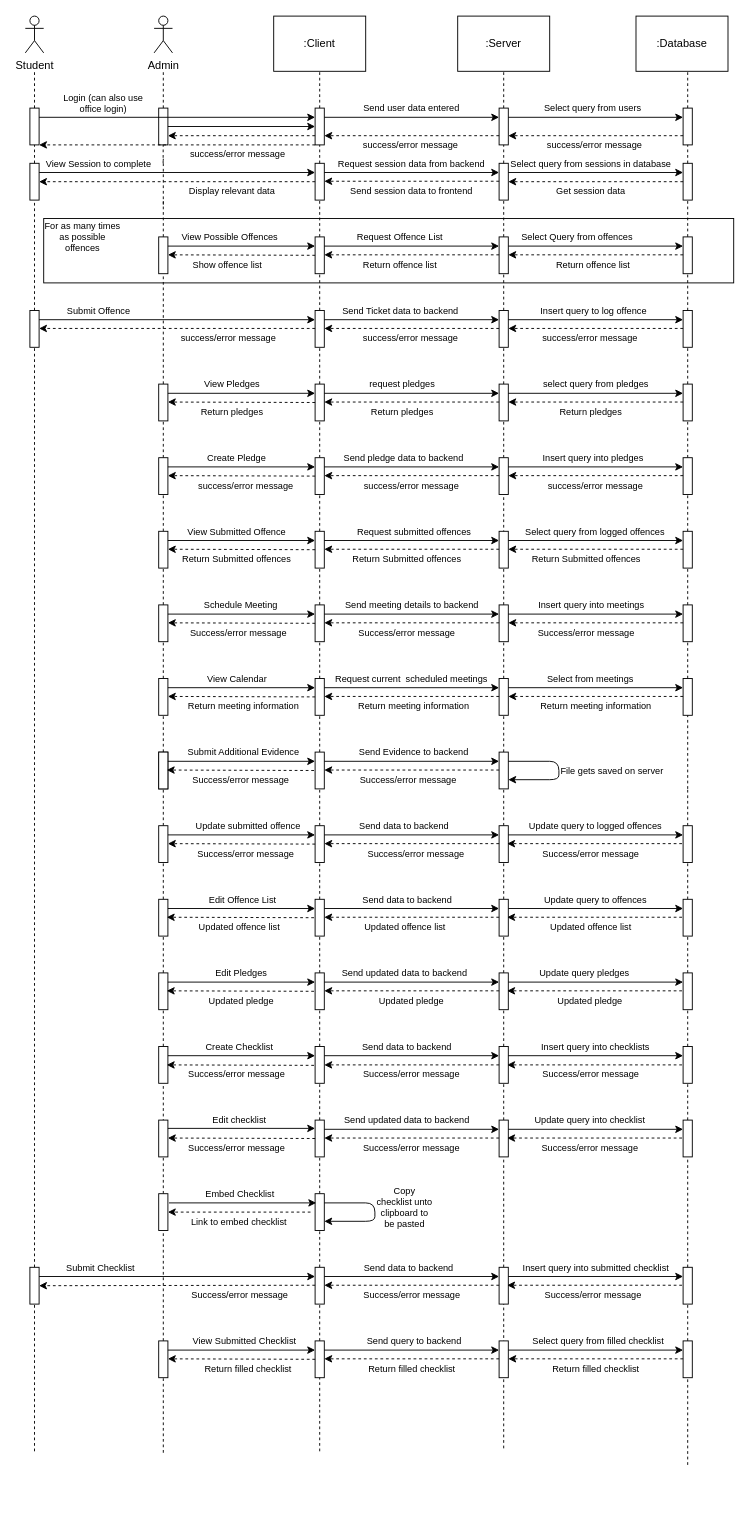
This is page "Sequence" (4 of 6) of ArchitectureDiagram.drawio from OOPS-2022/student_support_system, a draw.io file, before an edit. Source tidied: cells renumbered, new cells numbered last; positions are measured from the earlier drawing's top-left corner, leaving out a move shared by most shapes. Both pictures are drawn from the tidied source at 92%, with x=0, y=0 at pixel (25, 16).
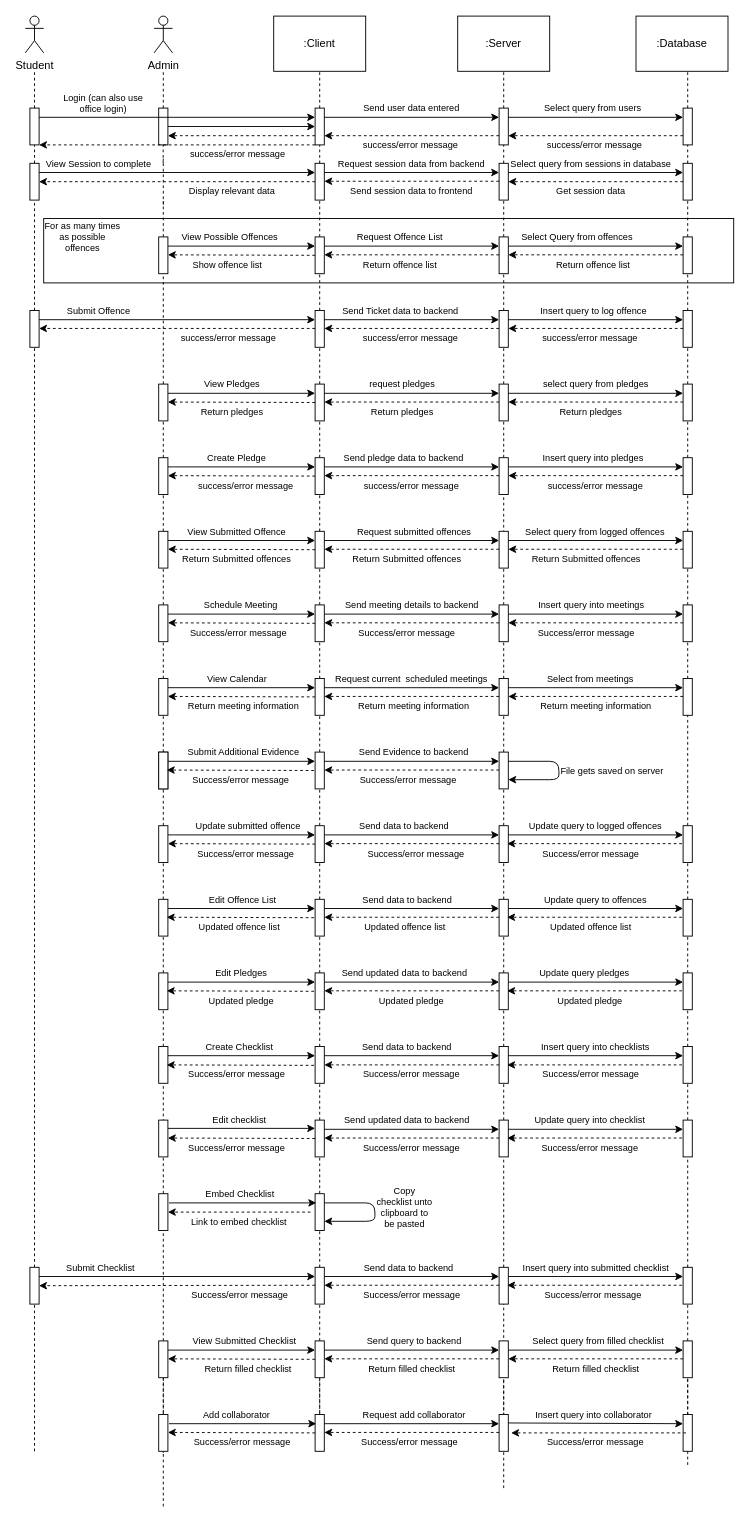
Above is the later version.

Diff of the diagram source:
```diff
@@
+    <mxCell id="366" style="endArrow=none;dashed=1;html=1;" parent="1" edge="1">
+      <mxGeometry relative="1" as="geometry">
+        <mxPoint x="150" y="1620" as="sourcePoint" />
+        <mxPoint x="150" y="1480" as="targetPoint" />
+      </mxGeometry>
+    </mxCell>
+    <mxCell id="367" style="endArrow=none;dashed=1;html=1;" parent="1" edge="1" source="371">
+      <mxGeometry relative="1" as="geometry">
+        <mxPoint x="320" y="1480" as="targetPoint" />
+      </mxGeometry>
+    </mxCell>
+    <mxCell id="368" style="endArrow=none;dashed=1;html=1;" parent="1" edge="1">
+      <mxGeometry relative="1" as="geometry">
+        <mxPoint x="520" y="1600" as="sourcePoint" />
+        <mxPoint x="520" y="1480" as="targetPoint" />
+      </mxGeometry>
+    </mxCell>
+    <mxCell id="369" style="endArrow=none;dashed=1;html=1;" parent="1" edge="1" source="373">
+      <mxGeometry relative="1" as="geometry">
+        <mxPoint x="720" y="1480" as="targetPoint" />
+      </mxGeometry>
+    </mxCell>
+    <mxCell id="370" style="rounded=0;whiteSpace=wrap;html=1;" parent="1" vertex="1">
+      <mxGeometry x="145" y="1520" width="10" height="40" as="geometry" />
+    </mxCell>
+    <mxCell id="371" style="rounded=0;whiteSpace=wrap;html=1;" parent="1" vertex="1">
+      <mxGeometry x="315" y="1520" width="10" height="40" as="geometry" />
+    </mxCell>
+    <mxCell id="372" style="rounded=0;whiteSpace=wrap;html=1;" parent="1" vertex="1">
+      <mxGeometry x="515" y="1520" width="10" height="40" as="geometry" />
+    </mxCell>
+    <mxCell id="373" style="rounded=0;whiteSpace=wrap;html=1;" parent="1" vertex="1">
+      <mxGeometry x="715" y="1520" width="10" height="40" as="geometry" />
+    </mxCell>
+    <mxCell id="374" style="endArrow=classic;html=1;entryX=0;entryY=0.25;entryDx=0;entryDy=0;exitX=1;exitY=0.25;exitDx=0;exitDy=0;" parent="1" edge="1">
+      <mxGeometry relative="1" as="geometry">
+        <mxPoint x="325" y="1530" as="sourcePoint" />
+        <mxPoint x="515" y="1530" as="targetPoint" />
+      </mxGeometry>
+    </mxCell>
+    <mxCell id="375" style="endArrow=classic;html=1;fontSize=10;entryX=1;entryY=0.5;entryDx=0;entryDy=0;exitX=0;exitY=0.5;exitDx=0;exitDy=0;dashed=1;" parent="1" edge="1">
+      <mxGeometry relative="1" as="geometry">
+        <mxPoint x="515" y="1539.5" as="sourcePoint" />
+        <mxPoint x="325" y="1539.5" as="targetPoint" />
+      </mxGeometry>
+    </mxCell>
+    <mxCell id="376" style="endArrow=classic;html=1;fontSize=10;entryX=1;entryY=0.5;entryDx=0;entryDy=0;dashed=1;exitX=0;exitY=0.5;exitDx=0;exitDy=0;" parent="1" edge="1">
+      <mxGeometry relative="1" as="geometry">
+        <mxPoint x="315" y="1540" as="sourcePoint" />
+        <mxPoint x="155" y="1539.5" as="targetPoint" />
+      </mxGeometry>
+    </mxCell>
+    <mxCell id="377" value="Insert query into collaborator&amp;nbsp;" style="text;html=1;strokeColor=none;fillColor=none;align=center;verticalAlign=middle;whiteSpace=wrap;rounded=0;fontSize=10;" parent="1" vertex="1">
+      <mxGeometry x="537.5" y="1510" width="162.5" height="20" as="geometry" />
+    </mxCell>
+    <mxCell id="378" value="Request add collaborator" style="text;html=1;strokeColor=none;fillColor=none;align=center;verticalAlign=middle;whiteSpace=wrap;rounded=0;fontSize=10;" parent="1" vertex="1">
+      <mxGeometry x="357.5" y="1510" width="130" height="20" as="geometry" />
+    </mxCell>
+    <mxCell id="379" value="Add collaborator" style="text;html=1;strokeColor=none;fillColor=none;align=center;verticalAlign=middle;whiteSpace=wrap;rounded=0;fontSize=10;" parent="1" vertex="1">
+      <mxGeometry x="175" y="1510" width="110" height="20" as="geometry" />
+    </mxCell>
+    <mxCell id="380" style="endArrow=classic;html=1;entryX=0;entryY=0.25;entryDx=0;entryDy=0;exitX=1;exitY=0.25;exitDx=0;exitDy=0;" parent="1" edge="1">
+      <mxGeometry relative="1" as="geometry">
+        <mxPoint x="156.2" y="1530" as="sourcePoint" />
+        <mxPoint x="316.2" y="1530" as="targetPoint" />
+      </mxGeometry>
+    </mxCell>
+    <mxCell id="381" style="endArrow=classic;html=1;entryX=0;entryY=0.25;entryDx=0;entryDy=0;exitX=1;exitY=0.25;exitDx=0;exitDy=0;" parent="1" edge="1" target="373">
+      <mxGeometry relative="1" as="geometry">
+        <mxPoint x="525" y="1529.2" as="sourcePoint" />
+      </mxGeometry>
+    </mxCell>
+    <mxCell id="382" style="endArrow=classic;html=1;fontSize=10;entryX=1;entryY=0.5;entryDx=0;entryDy=0;exitX=0;exitY=0.5;exitDx=0;exitDy=0;dashed=1;" parent="1" edge="1">
+      <mxGeometry relative="1" as="geometry">
+        <mxPoint x="718.1" y="1540" as="sourcePoint" />
+        <mxPoint x="528.1" y="1540" as="targetPoint" />
+      </mxGeometry>
+    </mxCell>
+    <mxCell id="383" value="Success/error message" style="text;html=1;strokeColor=none;fillColor=none;align=center;verticalAlign=middle;whiteSpace=wrap;rounded=0;fontSize=10;" parent="1" vertex="1">
+      <mxGeometry x="560" y="1540" width="120" height="20" as="geometry" />
+    </mxCell>
+    <mxCell id="384" value="Success/error message" style="text;html=1;strokeColor=none;fillColor=none;align=center;verticalAlign=middle;whiteSpace=wrap;rounded=0;fontSize=10;" parent="1" vertex="1">
+      <mxGeometry x="357.5" y="1540" width="120" height="20" as="geometry" />
+    </mxCell>
+    <mxCell id="385" value="Success/error message" style="text;html=1;strokeColor=none;fillColor=none;align=center;verticalAlign=middle;whiteSpace=wrap;rounded=0;fontSize=10;" parent="1" vertex="1">
+      <mxGeometry x="176.2" y="1540" width="120" height="20" as="geometry" />
+    </mxCell>
```
